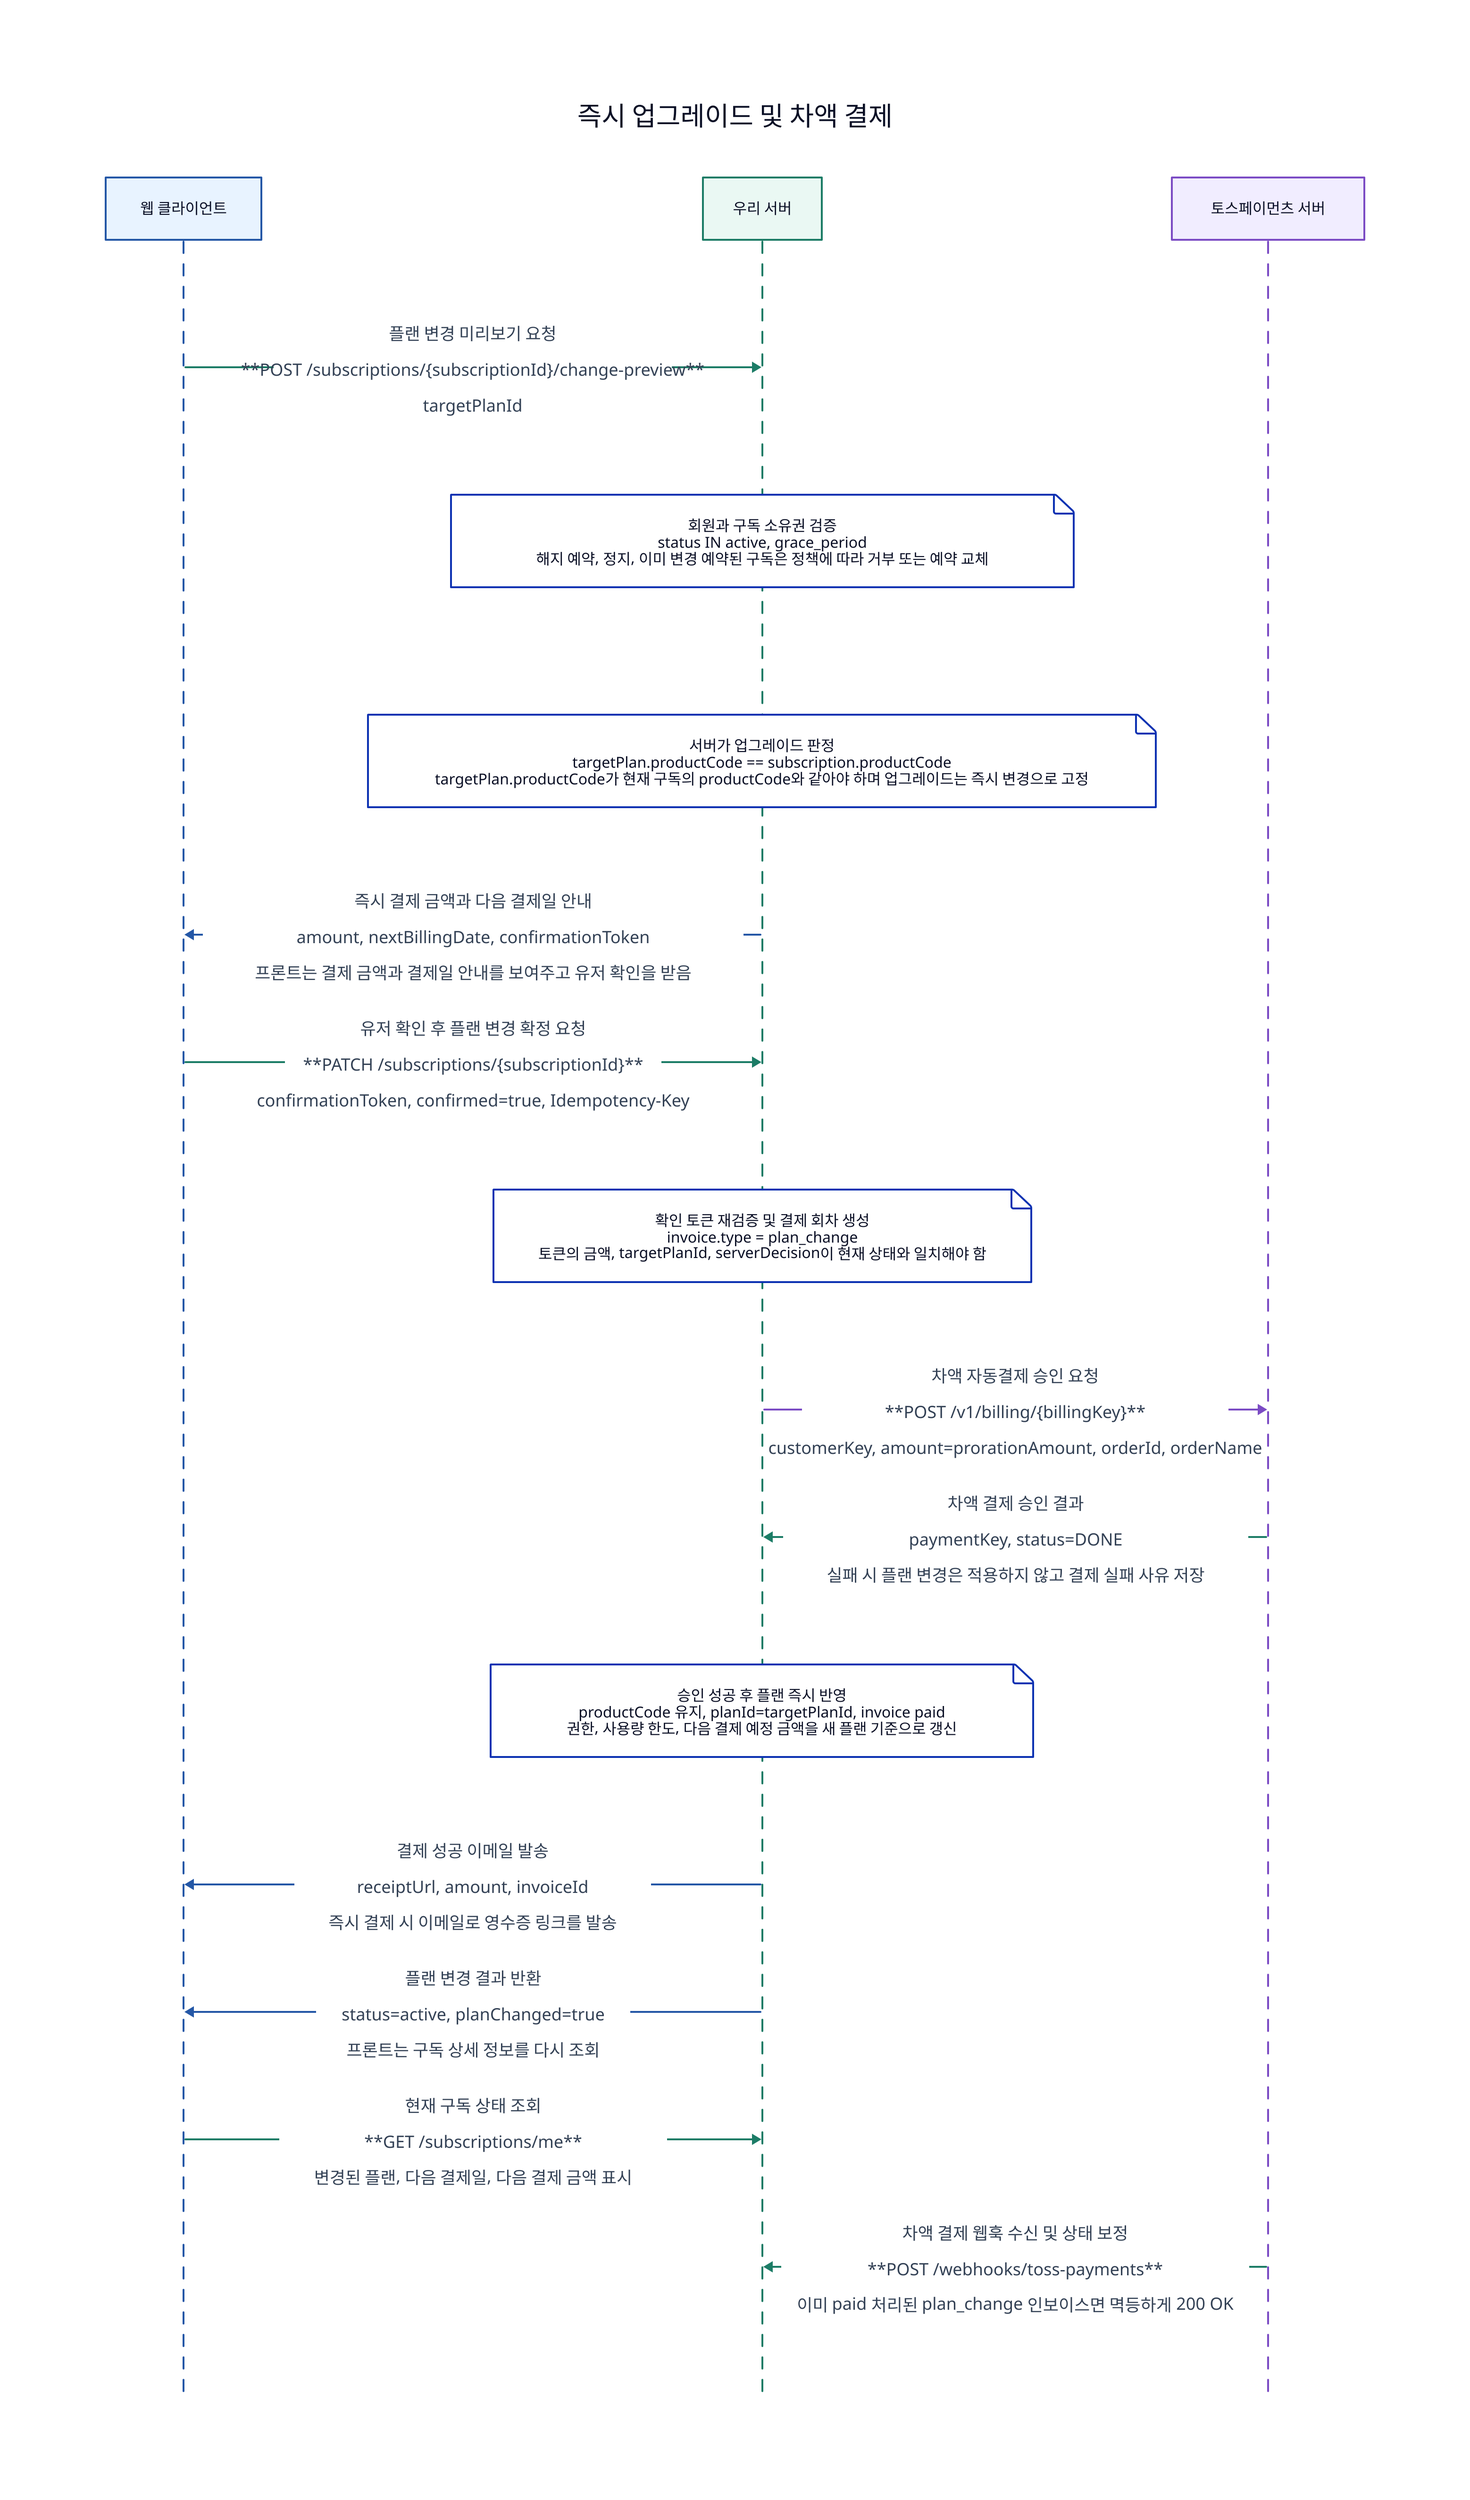
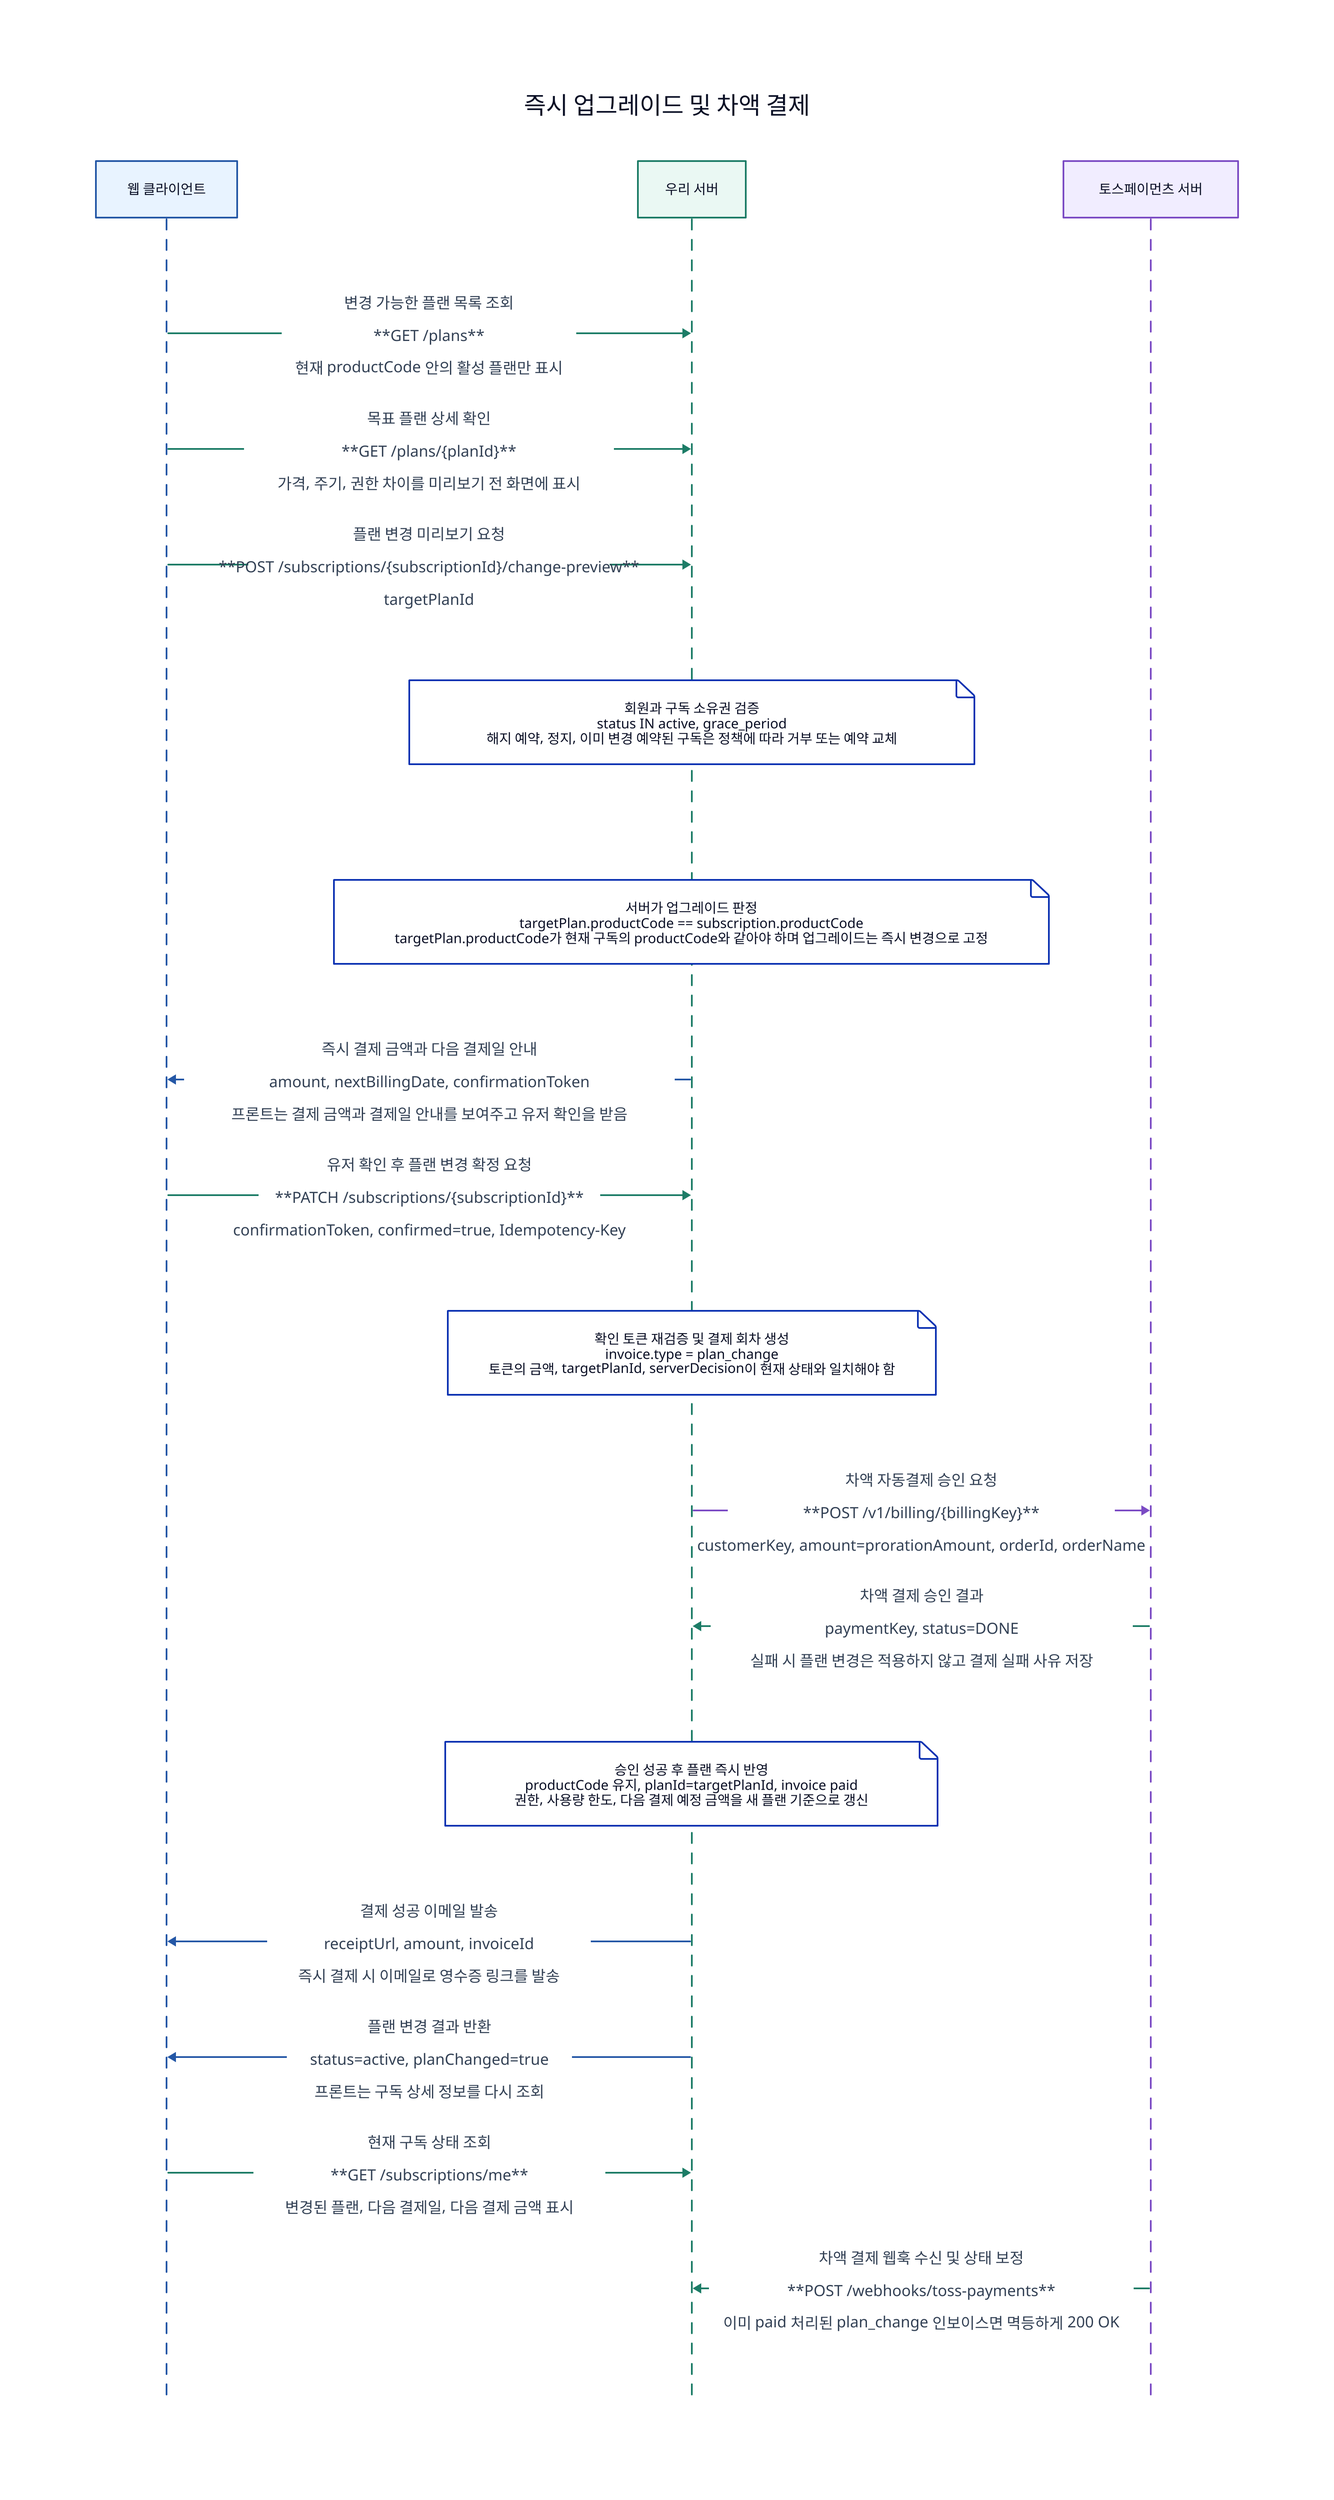
diagram: {
  shape: sequence_diagram
  label: "즉시 업그레이드 및 차액 결제"

  client: "웹 클라이언트"
  client.style.fill: "#e8f3ff"
  client.style.stroke: "#2457a6"
  server: "우리 서버"
  server.style.fill: "#eaf8f3"
  server.style.stroke: "#1c7c66"
  toss: "토스페이먼츠 서버"
  toss.style.fill: "#f1edff"
  toss.style.stroke: "#7b4bc4"

  client -> server: |md
+ 변경 가능한 플랜 목록 조회
+ 
+ **GET /plans**
+ 
+ 현재 productCode 안의 활성 플랜만 표시
+ | {
+     style.stroke: "#1c7c66"
+     style.font-color: "#334155"
+     style.font-size: 18
+     style.italic: false
+   }
+   client -> server: |md
+ 목표 플랜 상세 확인
+ 
+ **GET /plans/{planId}**
+ 
+ 가격, 주기, 권한 차이를 미리보기 전 화면에 표시
+ | {
+     style.stroke: "#1c7c66"
+     style.font-color: "#334155"
+     style.font-size: 18
+     style.italic: false
+   }
+   client -> server: |md
플랜 변경 미리보기 요청

**POST /subscriptions/{subscriptionId}/change-preview**

targetPlanId
| {
    style.stroke: "#1c7c66"
    style.font-color: "#334155"
    style.font-size: 18
    style.italic: false
  }
-   server.note_2: "회원과 구독 소유권 검증\nstatus IN active, grace_period\n해지 예약, 정지, 이미 변경 예약된 구독은 정책에 따라 거부 또는 예약 교체"
-   server.note_3: "서버가 업그레이드 판정\ntargetPlan.productCode == subscription.productCode\ntargetPlan.productCode가 현재 구독의 productCode와 같아야 하며 업그레이드는 즉시 변경으로 고정"
+   server.note_4: "회원과 구독 소유권 검증\nstatus IN active, grace_period\n해지 예약, 정지, 이미 변경 예약된 구독은 정책에 따라 거부 또는 예약 교체"
+   server.note_5: "서버가 업그레이드 판정\ntargetPlan.productCode == subscription.productCode\ntargetPlan.productCode가 현재 구독의 productCode와 같아야 하며 업그레이드는 즉시 변경으로 고정"
  server -> client: |md
즉시 결제 금액과 다음 결제일 안내

amount, nextBillingDate, confirmationToken

프론트는 결제 금액과 결제일 안내를 보여주고 유저 확인을 받음
| {
    style.stroke: "#2457a6"
    style.font-color: "#334155"
    style.font-size: 18
    style.italic: false
  }
  client -> server: |md
유저 확인 후 플랜 변경 확정 요청

**PATCH /subscriptions/{subscriptionId}**

confirmationToken, confirmed=true, Idempotency-Key
| {
    style.stroke: "#1c7c66"
    style.font-color: "#334155"
    style.font-size: 18
    style.italic: false
  }
-   server.note_6: "확인 토큰 재검증 및 결제 회차 생성\ninvoice.type = plan_change\n토큰의 금액, targetPlanId, serverDecision이 현재 상태와 일치해야 함"
+   server.note_8: "확인 토큰 재검증 및 결제 회차 생성\ninvoice.type = plan_change\n토큰의 금액, targetPlanId, serverDecision이 현재 상태와 일치해야 함"
  server -> toss: |md
차액 자동결제 승인 요청

**POST /v1/billing/{billingKey}**

customerKey, amount=prorationAmount, orderId, orderName
| {
    style.stroke: "#7b4bc4"
    style.font-color: "#334155"
    style.font-size: 18
    style.italic: false
  }
  toss -> server: |md
차액 결제 승인 결과

paymentKey, status=DONE

실패 시 플랜 변경은 적용하지 않고 결제 실패 사유 저장
| {
    style.stroke: "#1c7c66"
    style.font-color: "#334155"
    style.font-size: 18
    style.italic: false
  }
-   server.note_9: "승인 성공 후 플랜 즉시 반영\nproductCode 유지, planId=targetPlanId, invoice paid\n권한, 사용량 한도, 다음 결제 예정 금액을 새 플랜 기준으로 갱신"
+   server.note_11: "승인 성공 후 플랜 즉시 반영\nproductCode 유지, planId=targetPlanId, invoice paid\n권한, 사용량 한도, 다음 결제 예정 금액을 새 플랜 기준으로 갱신"
  server -> client: |md
결제 성공 이메일 발송

receiptUrl, amount, invoiceId

즉시 결제 시 이메일로 영수증 링크를 발송
| {
    style.stroke: "#2457a6"
    style.font-color: "#334155"
    style.font-size: 18
    style.italic: false
  }
  server -> client: |md
플랜 변경 결과 반환

status=active, planChanged=true

프론트는 구독 상세 정보를 다시 조회
| {
    style.stroke: "#2457a6"
    style.font-color: "#334155"
    style.font-size: 18
    style.italic: false
  }
  client -> server: |md
현재 구독 상태 조회

**GET /subscriptions/me**

변경된 플랜, 다음 결제일, 다음 결제 금액 표시
| {
    style.stroke: "#1c7c66"
    style.font-color: "#334155"
    style.font-size: 18
    style.italic: false
  }
  toss -> server: |md
차액 결제 웹훅 수신 및 상태 보정

**POST /webhooks/toss-payments**

이미 paid 처리된 plan_change 인보이스면 멱등하게 200 OK
| {
    style.stroke: "#1c7c66"
    style.font-color: "#334155"
    style.font-size: 18
    style.italic: false
  }
}
